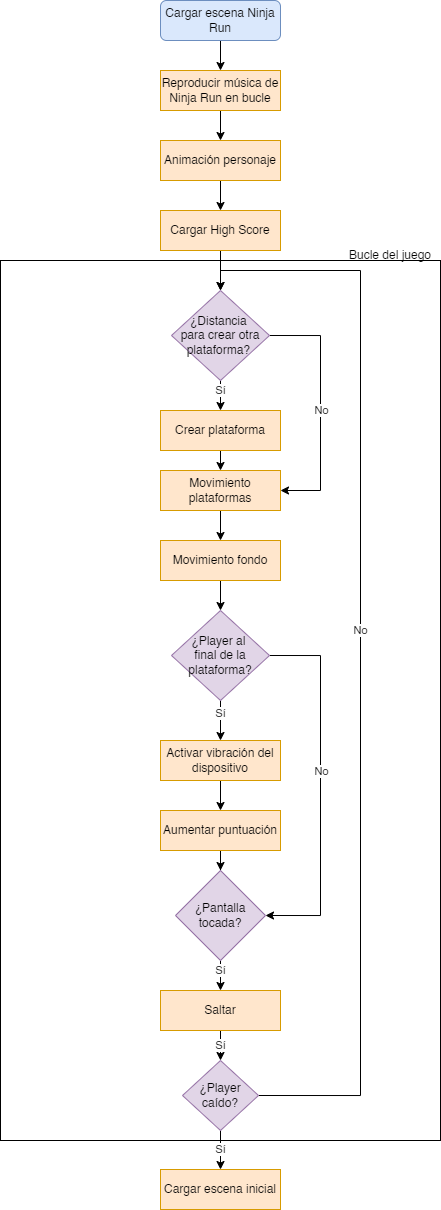
JessHG04/TFG keeps this draw.io diagram as Imágenes/Diagramas de flujo/Ninja Run - Diagrama de flujo.png. Above is the earlier version. Source tidied: cells renumbered, new cells last; positions are measured from the earlier drawing's top-left corner, leaving out a move shared by most shapes.
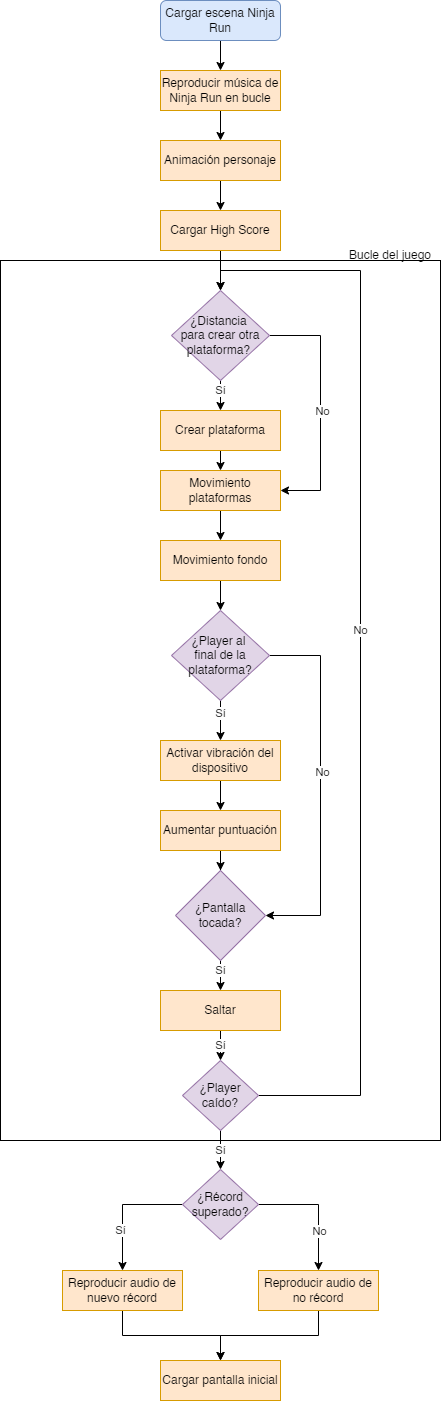
After the commit.

Change to the diagram source:
```diff
@@ -48,9 +48,6 @@
     <mxCell id="14" value="¿Distancia &lt;br&gt;para crear otra plataforma?&amp;nbsp;" style="rhombus;whiteSpace=wrap;html=1;fillColor=#e1d5e7;strokeColor=#9673a6;" parent="1" vertex="1">
       <mxGeometry x="171" y="290" width="98" height="90" as="geometry" />
     </mxCell>
-    <mxCell id="15" value="Cargar escena inicial" style="rounded=0;whiteSpace=wrap;html=1;fillColor=#ffe6cc;strokeColor=#d79b00;" parent="1" vertex="1">
-      <mxGeometry x="160" y="1169" width="120" height="40" as="geometry" />
-    </mxCell>
     <mxCell id="16" value="Bucle del juego" style="text;html=1;strokeColor=none;fillColor=none;align=center;verticalAlign=middle;whiteSpace=wrap;rounded=0;" parent="1" vertex="1">
       <mxGeometry x="340" y="240" width="100" height="30" as="geometry" />
     </mxCell>
@@ -96,7 +93,7 @@
     <mxCell id="30" value="Movimiento fondo" style="rounded=0;whiteSpace=wrap;html=1;fillColor=#ffe6cc;strokeColor=#d79b00;" parent="1" vertex="1">
       <mxGeometry x="160" y="540" width="120" height="40" as="geometry" />
     </mxCell>
-    <mxCell id="31" value="Sí" style="edgeStyle=orthogonalEdgeStyle;rounded=0;jettySize=auto;html=1;exitX=0.5;exitY=1;exitDx=0;exitDy=0;entryX=0.5;entryY=0;entryDx=0;entryDy=0;" parent="1" edge="1" source="33" target="15">
+    <mxCell id="31" value="Sí" style="edgeStyle=orthogonalEdgeStyle;rounded=0;jettySize=auto;html=1;exitX=0.5;exitY=1;exitDx=0;exitDy=0;entryX=0.5;entryY=0;entryDx=0;entryDy=0;" parent="1" edge="1" source="33" target="41">
       <mxGeometry relative="1" as="geometry" />
     </mxCell>
     <mxCell id="32" value="No" style="edgeStyle=orthogonalEdgeStyle;rounded=0;jettySize=auto;html=1;exitX=1;exitY=0.5;exitDx=0;exitDy=0;" parent="1" edge="1" source="33">
@@ -129,5 +126,36 @@
     <mxCell id="37" value="¿Player al &lt;br&gt;final de la plataforma?" style="rhombus;whiteSpace=wrap;html=1;fillColor=#e1d5e7;strokeColor=#9673a6;" parent="1" vertex="1">
       <mxGeometry x="171" y="610" width="98" height="90" as="geometry" />
     </mxCell>
+    <mxCell id="38" value="Sí" style="edgeStyle=orthogonalEdgeStyle;rounded=0;jettySize=auto;html=1;exitX=0;exitY=0.5;exitDx=0;exitDy=0;entryX=0.5;entryY=0;entryDx=0;entryDy=0;" parent="1" edge="1" source="41" target="43">
+      <mxGeometry x="0.37" y="-2" relative="1" as="geometry" />
+    </mxCell>
+    <mxCell id="39" style="edgeStyle=orthogonalEdgeStyle;rounded=0;jettySize=auto;html=1;exitX=1;exitY=0.5;exitDx=0;exitDy=0;entryX=0.5;entryY=0;entryDx=0;entryDy=0;" parent="1" edge="1" source="41" target="45">
+      <mxGeometry relative="1" as="geometry" />
+    </mxCell>
+    <mxCell id="40" value="No" style="edgeLabel;html=1;align=center;verticalAlign=middle;" parent="39" vertex="1">
+      <mxGeometry x="0.24" y="3" relative="1" as="geometry">
+        <mxPoint x="-3" y="8" as="offset" />
+      </mxGeometry>
+    </mxCell>
+    <mxCell id="41" value="¿Récord superado?" style="rhombus;whiteSpace=wrap;html=1;fillColor=#e1d5e7;strokeColor=#9673a6;" parent="1" vertex="1">
+      <mxGeometry x="182" y="1169" width="76" height="70" as="geometry" />
+    </mxCell>
+    <mxCell id="42" style="edgeStyle=orthogonalEdgeStyle;rounded=0;jettySize=auto;html=1;exitX=0.5;exitY=1;exitDx=0;exitDy=0;entryX=0.5;entryY=0;entryDx=0;entryDy=0;" parent="1" edge="1" source="43" target="46">
+      <mxGeometry relative="1" as="geometry" />
+    </mxCell>
+    <mxCell id="43" value="Reproducir audio de nuevo récord" style="rounded=0;whiteSpace=wrap;html=1;fillColor=#ffe6cc;strokeColor=#d79b00;" parent="1" vertex="1">
+      <mxGeometry x="62" y="1270" width="120" height="40" as="geometry" />
+    </mxCell>
+    <mxCell id="44" style="edgeStyle=orthogonalEdgeStyle;rounded=0;jettySize=auto;html=1;exitX=0.5;exitY=1;exitDx=0;exitDy=0;" parent="1" edge="1" source="45">
+      <mxGeometry relative="1" as="geometry">
+        <mxPoint x="220" y="1360" as="targetPoint" />
+      </mxGeometry>
+    </mxCell>
+    <mxCell id="45" value="Reproducir audio de no récord" style="rounded=0;whiteSpace=wrap;html=1;fillColor=#ffe6cc;strokeColor=#d79b00;" parent="1" vertex="1">
+      <mxGeometry x="258" y="1270" width="120" height="40" as="geometry" />
+    </mxCell>
+    <mxCell id="46" value="Cargar pantalla inicial" style="rounded=0;whiteSpace=wrap;html=1;fillColor=#ffe6cc;strokeColor=#d79b00;" parent="1" vertex="1">
+      <mxGeometry x="160" y="1360" width="120" height="40" as="geometry" />
+    </mxCell>
   </root>
 </mxGraphModel>
```
